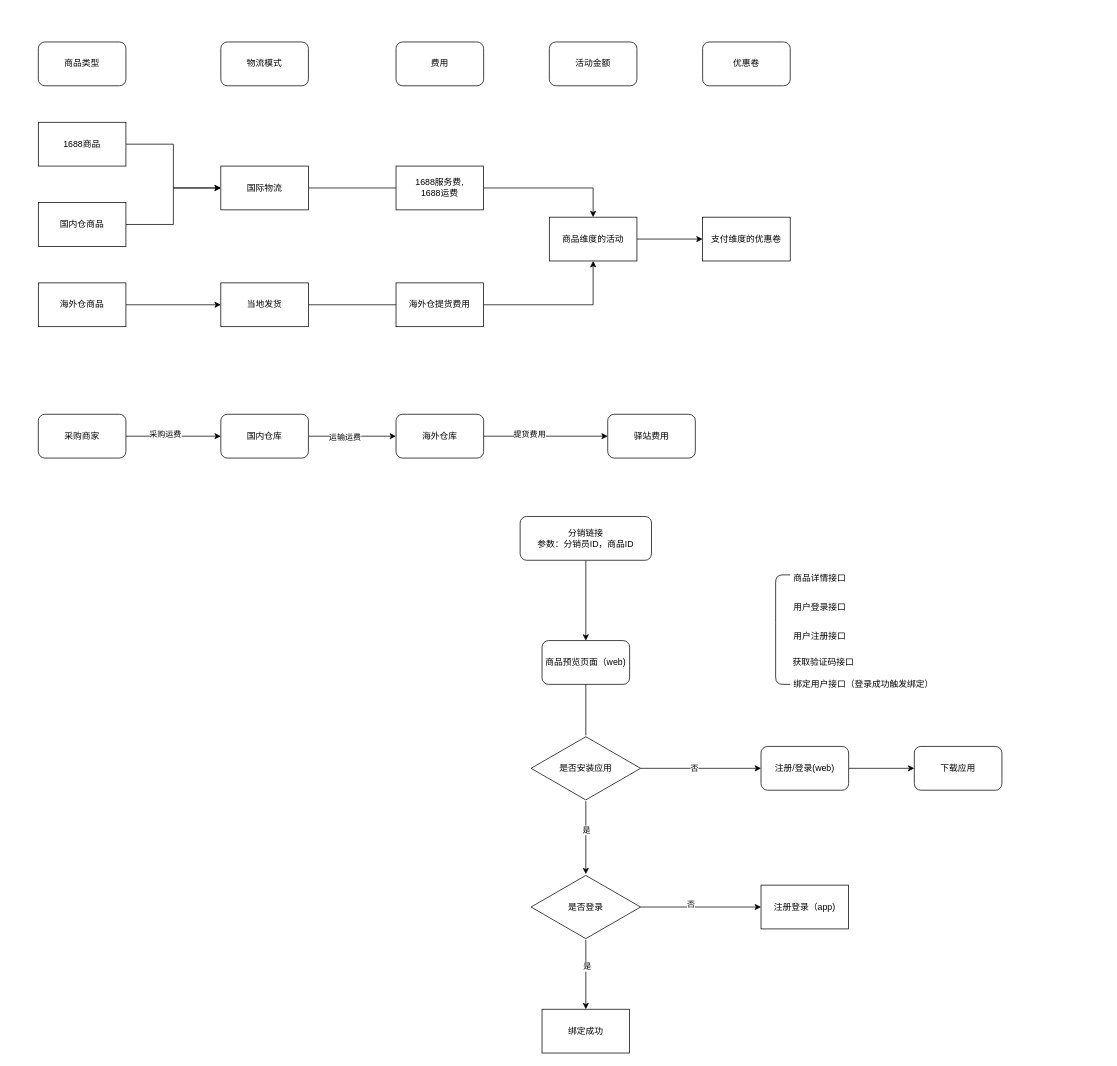
Above: orders.drawio in RoastGoose/order-center (draw.io), before the change. Source tidied: cells renumbered, new cells numbered last; positions are measured from the earlier drawing's top-left corner, leaving out a move shared by most shapes. Both pictures are drawn from the tidied source at 73%, with x=0, y=0 at pixel (12, 20).
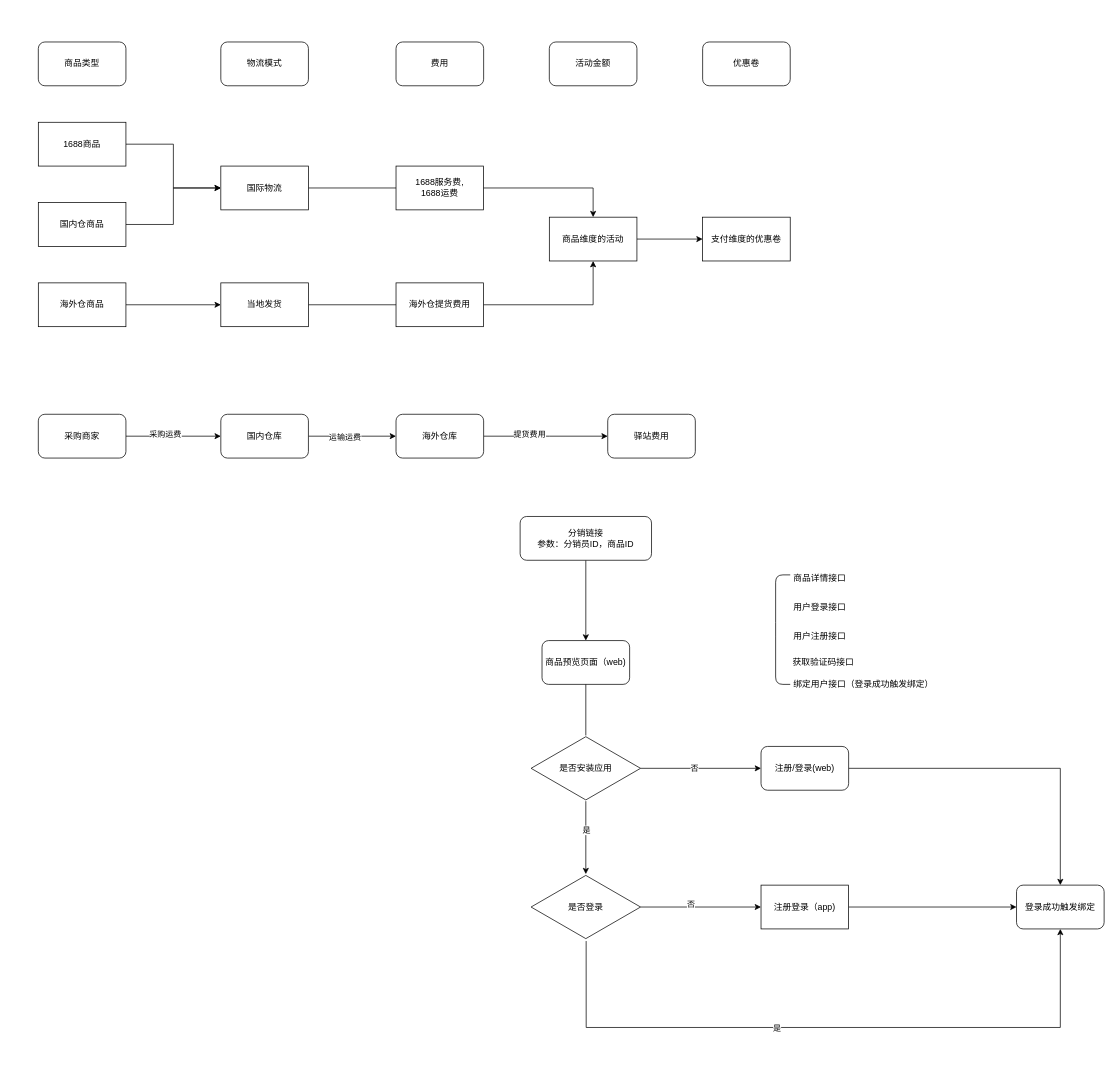
The same page after the edit.

Unchanged cells that the change refers to:
```xml
<mxCell id="43" value="是否安装应用" style="html=1;whiteSpace=wrap;shape=isoRectangle;" parent="1" vertex="1">
  <mxGeometry x="710" y="980" width="150" height="90" as="geometry" />
</mxCell>
<mxCell id="48" value="是否登录" style="html=1;whiteSpace=wrap;shape=isoRectangle;" parent="1" vertex="1">
  <mxGeometry x="710" y="1170" width="150" height="90" as="geometry" />
</mxCell>
<mxCell id="49" value="注册登录（app)" style="whiteSpace=wrap;html=1;" parent="1" vertex="1">
  <mxGeometry x="1025" y="1185" width="120" height="60" as="geometry" />
</mxCell>
```

Diff of the diagram source:
```diff
@@
-    <mxCell id="41" style="edgeStyle=orthogonalEdgeStyle;rounded=0;jettySize=auto;html=1;" parent="1" edge="1" source="43">
-      <mxGeometry relative="1" as="geometry">
-        <mxPoint x="785" y="1170" as="targetPoint" />
-      </mxGeometry>
+    <mxCell id="41" style="edgeStyle=orthogonalEdgeStyle;rounded=0;jettySize=auto;html=1;" parent="1" edge="1" source="43" target="48">
+      <mxGeometry relative="1" as="geometry" />
     </mxCell>
@@
-    <mxCell id="46" style="edgeStyle=orthogonalEdgeStyle;rounded=0;jettySize=auto;html=1;" parent="1" edge="1" source="48" target="50">
-      <mxGeometry relative="1" as="geometry" />
-    </mxCell>
+    <mxCell id="58" style="edgeStyle=orthogonalEdgeStyle;rounded=0;jettySize=auto;html=1;entryX=0.5;entryY=1;entryDx=0;entryDy=0;exitX=0.503;exitY=1.018;exitDx=0;exitDy=0;exitPerimeter=0;" parent="1" edge="1" source="48" target="51">
+      <mxGeometry relative="1" as="geometry">
+        <Array as="points">
+          <mxPoint x="786" y="1380" />
+          <mxPoint x="1435" y="1380" />
+        </Array>
+      </mxGeometry>
+    </mxCell>
-    <mxCell id="47" value="是" style="edgeLabel;html=1;align=center;verticalAlign=middle;" parent="46" vertex="1">
-      <mxGeometry x="-0.24" y="1" relative="1" as="geometry" />
+    <mxCell id="47" value="是" style="edgeLabel;html=1;align=center;verticalAlign=middle;" parent="58" vertex="1">
+      <mxGeometry x="-0.16" relative="1" as="geometry" />
     </mxCell>
@@
+    <mxCell id="59" style="edgeStyle=orthogonalEdgeStyle;rounded=0;jettySize=auto;html=1;entryX=0;entryY=0.5;entryDx=0;entryDy=0;" parent="1" edge="1" source="49" target="51">
+      <mxGeometry relative="1" as="geometry" />
+    </mxCell>
@@
-    <mxCell id="50" value="绑定成功" style="whiteSpace=wrap;html=1;" parent="1" vertex="1">
-      <mxGeometry x="725" y="1355" width="120" height="60" as="geometry" />
-    </mxCell>
-    <mxCell id="51" value="下载应用" style="rounded=1;whiteSpace=wrap;html=1;" parent="1" vertex="1">
-      <mxGeometry x="1235" y="995" width="120" height="60" as="geometry" />
+    <mxCell id="51" value="登录成功触发绑定" style="rounded=1;whiteSpace=wrap;html=1;" parent="1" vertex="1">
+      <mxGeometry x="1375" y="1185" width="120" height="60" as="geometry" />
     </mxCell>
```
